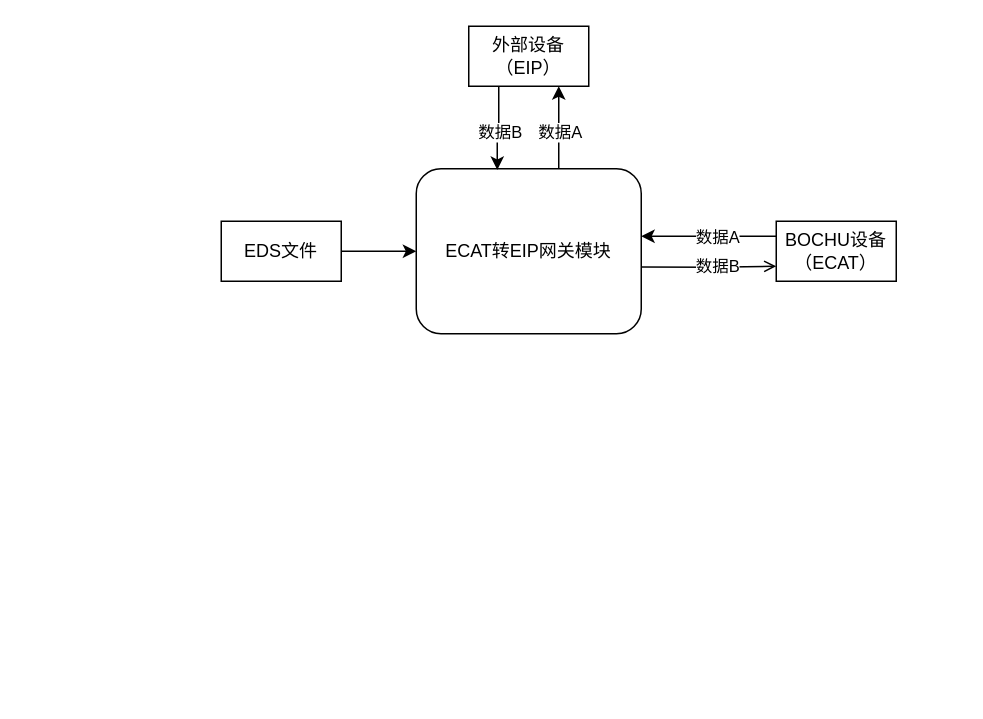
The draw.io diagram 顶级DFD.drawio in Shanlinchao-CSU/ezRPC, before the edit. Source tidied: cells renumbered, new cells numbered last; positions are measured from the earlier drawing's top-left corner, leaving out a move shared by most shapes. Both pictures are drawn from the tidied source at 150%, with x=0, y=0 at pixel (220, 26).
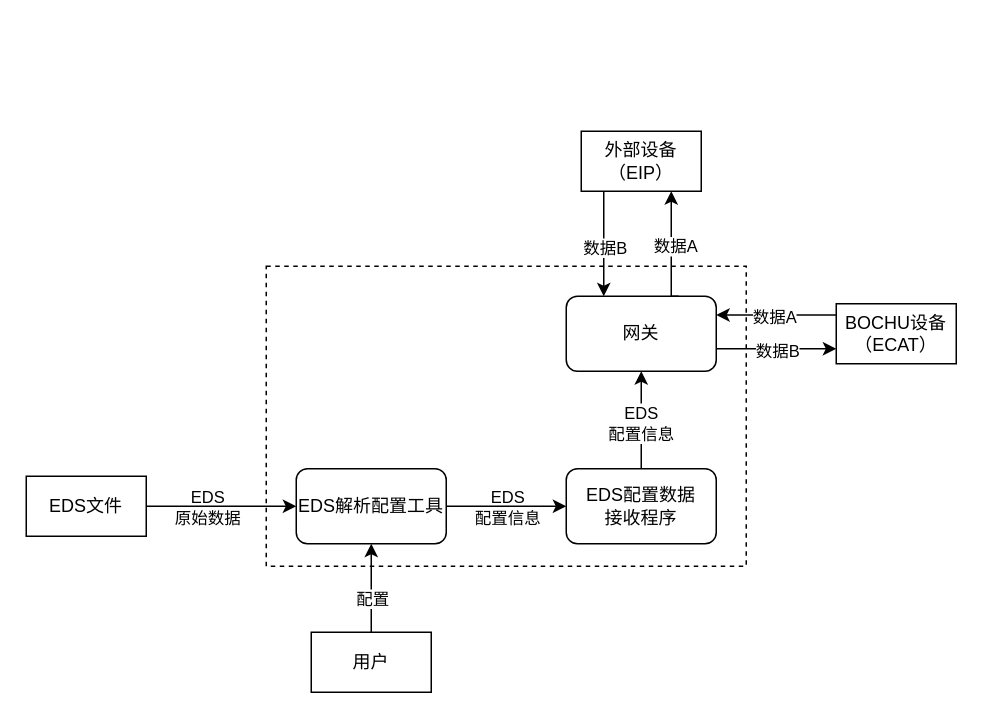
The same diagram, later.

The edit, as a diff of the source:
```diff
@@
+    <mxCell id="15" style="rounded=0;whiteSpace=wrap;html=1;dashed=1;fillColor=none;" parent="1" vertex="1">
+      <mxGeometry x="30" y="160" width="320" height="200" as="geometry" />
+    </mxCell>
-    <mxCell id="2" style="edgeStyle=orthogonalEdgeStyle;rounded=0;jettySize=auto;html=1;exitX=1;exitY=0.5;exitDx=0;exitDy=0;entryX=0;entryY=0.5;entryDx=0;entryDy=0;" parent="1" edge="1" source="3" target="6">
-      <mxGeometry relative="1" as="geometry" />
+    <mxCell id="2" style="edgeStyle=orthogonalEdgeStyle;rounded=0;jettySize=auto;html=1;exitX=1;exitY=0.5;exitDx=0;exitDy=0;entryX=0;entryY=0.5;entryDx=0;entryDy=0;" parent="1" edge="1" source="3" target="23">
+      <mxGeometry relative="1" as="geometry">
+        <Array as="points">
+          <mxPoint x="10" y="320" />
+          <mxPoint x="10" y="320" />
+        </Array>
+      </mxGeometry>
     </mxCell>
+    <mxCell id="16" value="EDS&lt;div&gt;原始数据&lt;/div&gt;" style="edgeLabel;html=1;align=center;verticalAlign=middle;labelBackgroundColor=none;" parent="2" vertex="1">
+      <mxGeometry x="-0.39" relative="1" as="geometry">
+        <mxPoint x="9" as="offset" />
+      </mxGeometry>
+    </mxCell>
     <mxCell id="3" value="EDS文件" style="rounded=0;whiteSpace=wrap;html=1;" parent="1" vertex="1">
-      <mxGeometry y="130" width="80" height="40" as="geometry" />
+      <mxGeometry x="-130" y="300" width="80" height="40" as="geometry" />
     </mxCell>
-    <mxCell id="4" style="edgeStyle=orthogonalEdgeStyle;rounded=0;jettySize=auto;html=1;exitX=0.75;exitY=0;exitDx=0;exitDy=0;entryX=0.75;entryY=1;entryDx=0;entryDy=0;" parent="1" edge="1" source="6" target="10">
-      <mxGeometry relative="1" as="geometry">
-        <Array as="points">
-          <mxPoint x="225" y="95" />
-        </Array>
-      </mxGeometry>
-    </mxCell>
-    <mxCell id="5" value="数据A" style="edgeLabel;html=1;align=center;verticalAlign=middle;" parent="4" vertex="1">
-      <mxGeometry x="0.25" relative="1" as="geometry">
-        <mxPoint y="3" as="offset" />
-      </mxGeometry>
-    </mxCell>
-    <mxCell id="6" value="ECAT转EIP网关模块" style="rounded=1;whiteSpace=wrap;html=1;" parent="1" vertex="1">
-      <mxGeometry x="130" y="95" width="150" height="110" as="geometry" />
-    </mxCell>
-    <mxCell id="7" style="edgeStyle=orthogonalEdgeStyle;rounded=0;orthogonalLoop=1;jettySize=auto;html=1;" parent="1" edge="1">
-      <mxGeometry relative="1" as="geometry">
-        <mxPoint x="370" y="140" as="sourcePoint" />
-        <mxPoint x="280" y="140" as="targetPoint" />
-      </mxGeometry>
-    </mxCell>
-    <mxCell id="8" value="数据A" style="edgeLabel;html=1;align=center;verticalAlign=middle;" parent="7" vertex="1">
-      <mxGeometry x="-0.11" relative="1" as="geometry" />
-    </mxCell>
+    <mxCell id="17" style="edgeStyle=orthogonalEdgeStyle;rounded=0;jettySize=auto;html=1;entryX=1;entryY=0.25;entryDx=0;entryDy=0;" parent="1" edge="1" source="9" target="32">
+      <mxGeometry relative="1" as="geometry">
+        <Array as="points">
+          <mxPoint x="370" y="193" />
+        </Array>
+      </mxGeometry>
+    </mxCell>
+    <mxCell id="18" value="数据A" style="edgeLabel;html=1;align=center;verticalAlign=middle;" parent="17" vertex="1">
+      <mxGeometry x="0.05" y="1" relative="1" as="geometry" />
+    </mxCell>
     <mxCell id="9" value="BOCHU设备&lt;div&gt;（ECAT）&lt;/div&gt;" style="rounded=0;whiteSpace=wrap;html=1;" parent="1" vertex="1">
-      <mxGeometry x="370" y="130" width="80" height="40" as="geometry" />
+      <mxGeometry x="410" y="185" width="80" height="40" as="geometry" />
     </mxCell>
+    <mxCell id="19" style="edgeStyle=orthogonalEdgeStyle;rounded=0;jettySize=auto;html=1;exitX=0.25;exitY=1;exitDx=0;exitDy=0;entryX=0.25;entryY=0;entryDx=0;entryDy=0;" parent="1" edge="1" source="10" target="32">
+      <mxGeometry relative="1" as="geometry">
+        <Array as="points">
+          <mxPoint x="255" y="110" />
+        </Array>
+      </mxGeometry>
+    </mxCell>
+    <mxCell id="20" value="数据B" style="edgeLabel;html=1;align=center;verticalAlign=middle;" parent="19" vertex="1">
+      <mxGeometry x="0.12" relative="1" as="geometry" />
+    </mxCell>
     <mxCell id="10" value="外部设备&lt;div&gt;（EIP）&lt;/div&gt;" style="rounded=0;whiteSpace=wrap;html=1;" parent="1" vertex="1">
-      <mxGeometry x="165" width="80" height="40" as="geometry" />
+      <mxGeometry x="240" y="70" width="80" height="40" as="geometry" />
     </mxCell>
-    <mxCell id="11" style="edgeStyle=orthogonalEdgeStyle;rounded=0;jettySize=auto;html=1;exitX=0.25;exitY=1;exitDx=0;exitDy=0;entryX=0.36;entryY=0.007;entryDx=0;entryDy=0;entryPerimeter=0;" parent="1" edge="1" source="10" target="6">
-      <mxGeometry relative="1" as="geometry" />
-    </mxCell>
-    <mxCell id="12" value="数据B" style="edgeLabel;html=1;align=center;verticalAlign=middle;" parent="11" vertex="1">
-      <mxGeometry x="-0.06" relative="1" as="geometry">
-        <mxPoint y="3" as="offset" />
-      </mxGeometry>
-    </mxCell>
-    <mxCell id="13" style="edgeStyle=orthogonalEdgeStyle;rounded=0;jettySize=auto;html=1;exitX=1.002;exitY=0.596;exitDx=0;exitDy=0;endArrow=open;endFill=0;exitPerimeter=0;entryX=0;entryY=0.75;entryDx=0;entryDy=0;" parent="1" edge="1" source="6" target="9">
-      <mxGeometry relative="1" as="geometry" />
-    </mxCell>
-    <mxCell id="14" value="数据B" style="edgeLabel;html=1;align=center;verticalAlign=middle;" parent="13" vertex="1">
-      <mxGeometry x="-0.12" y="2" relative="1" as="geometry">
-        <mxPoint x="10" y="1" as="offset" />
-      </mxGeometry>
-    </mxCell>
+    <mxCell id="21" style="edgeStyle=orthogonalEdgeStyle;rounded=0;jettySize=auto;html=1;exitX=1;exitY=0.5;exitDx=0;exitDy=0;entryX=0;entryY=0.5;entryDx=0;entryDy=0;" parent="1" edge="1" source="23" target="29">
+      <mxGeometry relative="1" as="geometry" />
+    </mxCell>
+    <mxCell id="22" value="EDS&lt;div&gt;配置信息&lt;/div&gt;" style="edgeLabel;html=1;align=center;verticalAlign=middle;labelBackgroundColor=none;" parent="21" vertex="1">
+      <mxGeometry x="-0.14" y="-1" relative="1" as="geometry">
+        <mxPoint x="6" y="-1" as="offset" />
+      </mxGeometry>
+    </mxCell>
+    <mxCell id="23" value="EDS解析配置工具" style="rounded=1;whiteSpace=wrap;html=1;" parent="1" vertex="1">
+      <mxGeometry x="50" y="295" width="100" height="50" as="geometry" />
+    </mxCell>
+    <mxCell id="24" style="edgeStyle=orthogonalEdgeStyle;rounded=0;jettySize=auto;html=1;entryX=0.5;entryY=1;entryDx=0;entryDy=0;" parent="1" edge="1" source="26" target="23">
+      <mxGeometry relative="1" as="geometry" />
+    </mxCell>
+    <mxCell id="25" value="配置" style="edgeLabel;html=1;align=center;verticalAlign=middle;labelBackgroundColor=default;" parent="24" vertex="1">
+      <mxGeometry x="-0.23" relative="1" as="geometry" />
+    </mxCell>
+    <mxCell id="26" value="用户" style="rounded=0;whiteSpace=wrap;html=1;" parent="1" vertex="1">
+      <mxGeometry x="60" y="404" width="80" height="40" as="geometry" />
+    </mxCell>
+    <mxCell id="27" style="edgeStyle=orthogonalEdgeStyle;rounded=0;jettySize=auto;html=1;exitX=0.5;exitY=0;exitDx=0;exitDy=0;entryX=0.5;entryY=1;entryDx=0;entryDy=0;" parent="1" edge="1" source="29" target="32">
+      <mxGeometry relative="1" as="geometry" />
+    </mxCell>
+    <mxCell id="28" value="EDS&lt;div&gt;配置信息&lt;/div&gt;" style="edgeLabel;html=1;align=center;verticalAlign=middle;labelBackgroundColor=default;" parent="27" vertex="1">
+      <mxGeometry x="-0.05" y="1" relative="1" as="geometry" />
+    </mxCell>
+    <mxCell id="29" value="EDS配置数据&lt;div&gt;接收程序&lt;/div&gt;" style="rounded=1;whiteSpace=wrap;html=1;" parent="1" vertex="1">
+      <mxGeometry x="230" y="295" width="100" height="50" as="geometry" />
+    </mxCell>
+    <mxCell id="30" style="edgeStyle=orthogonalEdgeStyle;rounded=0;jettySize=auto;html=1;entryX=0;entryY=0.75;entryDx=0;entryDy=0;" parent="1" edge="1" source="32" target="9">
+      <mxGeometry relative="1" as="geometry">
+        <Array as="points">
+          <mxPoint x="350" y="215" />
+          <mxPoint x="350" y="215" />
+        </Array>
+      </mxGeometry>
+    </mxCell>
+    <mxCell id="31" value="数据B" style="edgeLabel;html=1;align=center;verticalAlign=middle;" parent="30" vertex="1">
+      <mxGeometry x="-0.01" y="-1" relative="1" as="geometry" />
+    </mxCell>
+    <mxCell id="32" value="网关" style="rounded=1;whiteSpace=wrap;html=1;" parent="1" vertex="1">
+      <mxGeometry x="230" y="180" width="100" height="50" as="geometry" />
+    </mxCell>
+    <mxCell id="33" style="edgeStyle=orthogonalEdgeStyle;rounded=0;jettySize=auto;html=1;exitX=0.75;exitY=0;exitDx=0;exitDy=0;" parent="1" edge="1" source="32">
+      <mxGeometry relative="1" as="geometry">
+        <mxPoint x="300" y="110" as="targetPoint" />
+        <Array as="points">
+          <mxPoint x="300" y="180" />
+        </Array>
+      </mxGeometry>
+    </mxCell>
+    <mxCell id="34" value="数据A" style="edgeLabel;html=1;align=center;verticalAlign=middle;" parent="33" vertex="1">
+      <mxGeometry x="0.04" y="-2" relative="1" as="geometry" />
+    </mxCell>
```
